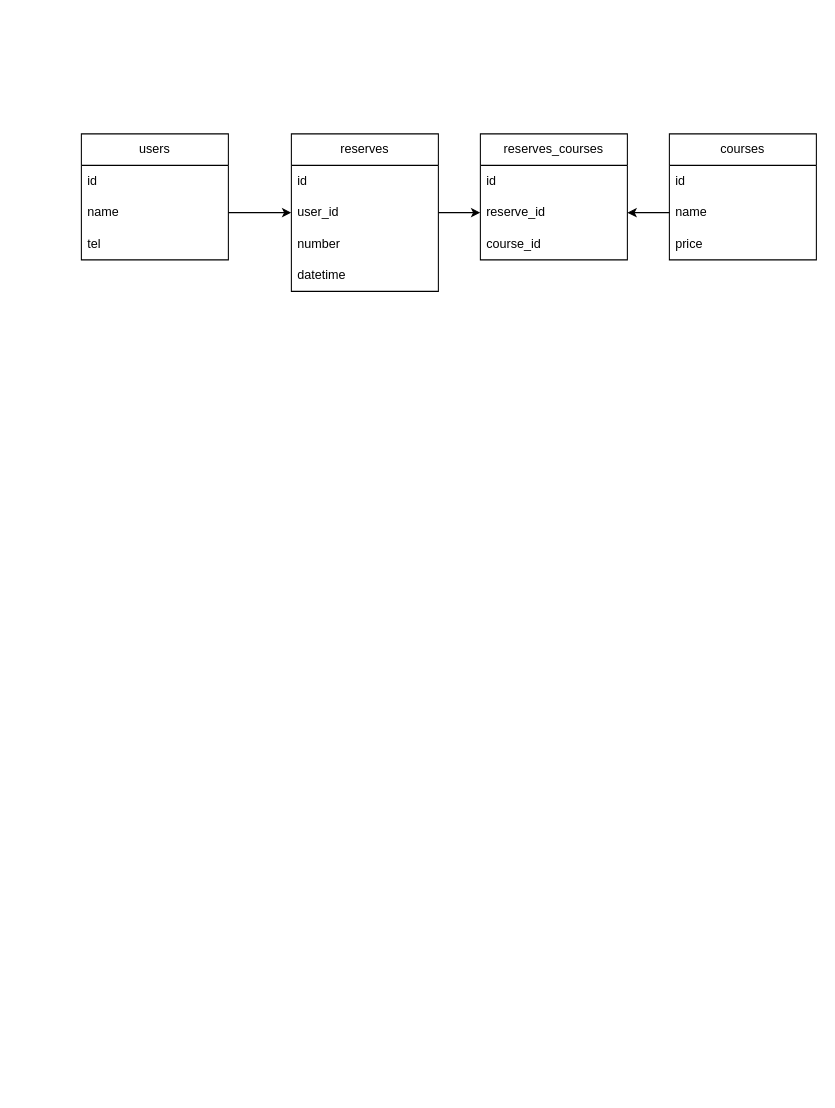
The draw.io diagram tables.drawio in suna963019/hotel_project, before the edit. Source tidied: cells renumbered, new cells numbered last; positions are measured from the earlier drawing's top-left corner, leaving out a move shared by most shapes. Both pictures are drawn from the tidied source at 105%, with x=0, y=0 at pixel (81, 133).
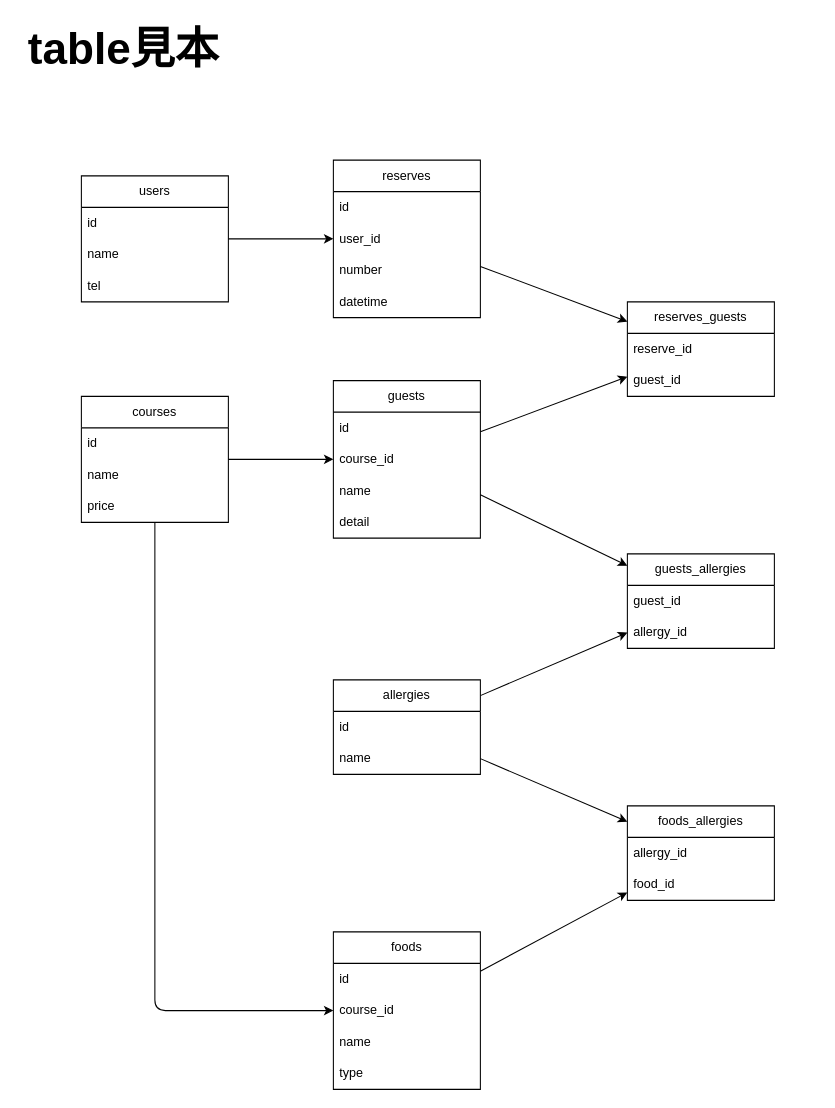
After the change.

Commit message (it also covers changes not shown here):
drawioのtableを増やしました。実装するかは不明です。

The change refers to these unchanged cells:
```xml
<mxCell id="4" value="name" style="text;strokeColor=none;fillColor=none;align=left;verticalAlign=middle;spacingLeft=4;spacingRight=4;overflow=hidden;points=[[0,0.5],[1,0.5]];portConstraint=eastwest;whiteSpace=wrap;html=1;" parent="2" vertex="1">
  <mxGeometry y="60" width="140" height="30" as="geometry" />
</mxCell>
<mxCell id="8" value="user_id" style="text;strokeColor=none;fillColor=none;align=left;verticalAlign=middle;spacingLeft=4;spacingRight=4;overflow=hidden;points=[[0,0.5],[1,0.5]];portConstraint=eastwest;whiteSpace=wrap;html=1;" parent="6" vertex="1">
  <mxGeometry y="60" width="140" height="30" as="geometry" />
</mxCell>
<mxCell id="13" value="name" style="text;strokeColor=none;fillColor=none;align=left;verticalAlign=middle;spacingLeft=4;spacingRight=4;overflow=hidden;points=[[0,0.5],[1,0.5]];portConstraint=eastwest;whiteSpace=wrap;html=1;" parent="11" vertex="1">
  <mxGeometry y="60" width="140" height="30" as="geometry" />
</mxCell>
```

Change to the diagram source:
```diff
@@
+    <mxCell id="22" style="edgeStyle=none;html=1;" parent="1" edge="1" source="2" target="6">
+      <mxGeometry relative="1" as="geometry" />
+    </mxCell>
     <mxCell id="2" value="users" style="swimlane;fontStyle=0;horizontal=1;startSize=30;whiteSpace=wrap;html=1;" parent="1" vertex="1">
-      <mxGeometry width="140" height="120" as="geometry" />
+      <mxGeometry y="40" width="140" height="120" as="geometry" />
     </mxCell>
@@
+    <mxCell id="23" style="edgeStyle=none;html=1;" parent="1" edge="1" source="6" target="15">
+      <mxGeometry relative="1" as="geometry" />
+    </mxCell>
     <mxCell id="6" value="reserves" style="swimlane;fontStyle=0;horizontal=1;startSize=30;whiteSpace=wrap;html=1;" parent="1" vertex="1">
-      <mxGeometry x="200" width="140" height="150" as="geometry" />
+      <mxGeometry x="240" y="25" width="140" height="150" as="geometry" />
     </mxCell>
@@
+    <mxCell id="24" style="edgeStyle=none;html=1;" parent="1" edge="1" source="11" target="28">
+      <mxGeometry relative="1" as="geometry" />
+    </mxCell>
+    <mxCell id="25" style="edgeStyle=none;html=1;fontSize=12;" parent="1" edge="1" source="11" target="42">
+      <mxGeometry relative="1" as="geometry">
+        <Array as="points">
+          <mxPoint x="70" y="835" />
+        </Array>
+      </mxGeometry>
+    </mxCell>
     <mxCell id="11" value="courses" style="swimlane;fontStyle=0;horizontal=1;startSize=30;whiteSpace=wrap;html=1;" parent="1" vertex="1">
-      <mxGeometry x="560" width="140" height="120" as="geometry" />
+      <mxGeometry y="250" width="140" height="120" as="geometry" />
     </mxCell>
@@
-    <mxCell id="15" value="reserves_courses" style="swimlane;fontStyle=0;horizontal=1;startSize=30;whiteSpace=wrap;html=1;" parent="1" vertex="1">
-      <mxGeometry x="380" width="140" height="120" as="geometry" />
+    <mxCell id="15" value="reserves_guests" style="swimlane;fontStyle=0;horizontal=1;startSize=30;whiteSpace=wrap;html=1;" parent="1" vertex="1">
+      <mxGeometry x="520" y="160" width="140" height="90" as="geometry" />
     </mxCell>
-    <mxCell id="16" value="id" style="text;strokeColor=none;fillColor=none;align=left;verticalAlign=middle;spacingLeft=4;spacingRight=4;overflow=hidden;whiteSpace=wrap;html=1;" parent="15" vertex="1">
-      <mxGeometry y="30" width="140" height="30" as="geometry" />
-    </mxCell>
     <mxCell id="17" value="reserve_id" style="text;strokeColor=none;fillColor=none;align=left;verticalAlign=middle;spacingLeft=4;spacingRight=4;overflow=hidden;points=[[0,0.5],[1,0.5]];portConstraint=eastwest;whiteSpace=wrap;html=1;" parent="15" vertex="1">
-      <mxGeometry y="60" width="140" height="30" as="geometry" />
+      <mxGeometry y="30" width="140" height="30" as="geometry" />
     </mxCell>
-    <mxCell id="18" value="course_id" style="text;strokeColor=none;fillColor=none;align=left;verticalAlign=middle;spacingLeft=4;spacingRight=4;overflow=hidden;whiteSpace=wrap;html=1;" parent="15" vertex="1">
-      <mxGeometry y="90" width="140" height="30" as="geometry" />
+    <mxCell id="18" value="guest_id" style="text;strokeColor=none;fillColor=none;align=left;verticalAlign=middle;spacingLeft=4;spacingRight=4;overflow=hidden;whiteSpace=wrap;html=1;" parent="15" vertex="1">
+      <mxGeometry y="60" width="140" height="30" as="geometry" />
     </mxCell>
-    <mxCell id="19" style="edgeStyle=none;html=1;exitX=1;exitY=0.5;exitDx=0;exitDy=0;entryX=0;entryY=0.5;entryDx=0;entryDy=0;" parent="1" edge="1" source="4" target="8">
-      <mxGeometry relative="1" as="geometry" />
-    </mxCell>
-    <mxCell id="20" style="edgeStyle=none;html=1;entryX=0;entryY=0.5;entryDx=0;entryDy=0;" parent="1" edge="1" source="8" target="17">
-      <mxGeometry relative="1" as="geometry" />
-    </mxCell>
-    <mxCell id="21" style="edgeStyle=none;html=1;" parent="1" edge="1" source="13" target="17">
-      <mxGeometry relative="1" as="geometry" />
-    </mxCell>
+    <mxCell id="26" style="edgeStyle=none;html=1;" parent="1" edge="1" source="28" target="15">
+      <mxGeometry relative="1" as="geometry" />
+    </mxCell>
+    <mxCell id="27" style="edgeStyle=none;html=1;fontSize=12;" parent="1" edge="1" source="28" target="33">
+      <mxGeometry relative="1" as="geometry" />
+    </mxCell>
+    <mxCell id="28" value="guests" style="swimlane;fontStyle=0;horizontal=1;startSize=30;whiteSpace=wrap;html=1;" parent="1" vertex="1">
+      <mxGeometry x="240" y="235" width="140" height="150" as="geometry" />
+    </mxCell>
+    <mxCell id="16" value="id" style="text;strokeColor=none;fillColor=none;align=left;verticalAlign=middle;spacingLeft=4;spacingRight=4;overflow=hidden;whiteSpace=wrap;html=1;" parent="28" vertex="1">
+      <mxGeometry y="30" width="140" height="30" as="geometry" />
+    </mxCell>
+    <mxCell id="29" value="course_id" style="text;strokeColor=none;fillColor=none;align=left;verticalAlign=middle;spacingLeft=4;spacingRight=4;overflow=hidden;whiteSpace=wrap;html=1;" parent="28" vertex="1">
+      <mxGeometry y="60" width="140" height="30" as="geometry" />
+    </mxCell>
+    <mxCell id="30" value="name" style="text;strokeColor=none;fillColor=none;align=left;verticalAlign=middle;spacingLeft=4;spacingRight=4;overflow=hidden;whiteSpace=wrap;html=1;" parent="28" vertex="1">
+      <mxGeometry y="90" width="140" height="30" as="geometry" />
+    </mxCell>
+    <mxCell id="31" value="detail" style="text;strokeColor=none;fillColor=none;align=left;verticalAlign=middle;spacingLeft=4;spacingRight=4;overflow=hidden;whiteSpace=wrap;html=1;" parent="28" vertex="1">
+      <mxGeometry y="120" width="140" height="30" as="geometry" />
+    </mxCell>
+    <mxCell id="32" value="table見本" style="text;strokeColor=none;fillColor=none;html=1;fontSize=42;fontStyle=1;verticalAlign=middle;align=center;" parent="1" vertex="1">
+      <mxGeometry x="-60" y="-110" width="200" height="60" as="geometry" />
+    </mxCell>
+    <mxCell id="33" value="guests_allergies" style="swimlane;fontStyle=0;horizontal=1;startSize=30;whiteSpace=wrap;html=1;fontSize=12;" parent="1" vertex="1">
+      <mxGeometry x="520" y="400" width="140" height="90" as="geometry" />
+    </mxCell>
+    <mxCell id="34" value="guest_id" style="text;strokeColor=none;fillColor=none;align=left;verticalAlign=middle;spacingLeft=4;spacingRight=4;overflow=hidden;whiteSpace=wrap;html=1;fontSize=12;" parent="33" vertex="1">
+      <mxGeometry y="30" width="140" height="30" as="geometry" />
+    </mxCell>
+    <mxCell id="35" value="allergy_id" style="text;strokeColor=none;fillColor=none;align=left;verticalAlign=middle;spacingLeft=4;spacingRight=4;overflow=hidden;whiteSpace=wrap;html=1;" parent="33" vertex="1">
+      <mxGeometry y="60" width="140" height="30" as="geometry" />
+    </mxCell>
+    <mxCell id="36" style="edgeStyle=none;html=1;fontSize=12;" parent="1" edge="1" source="38" target="33">
+      <mxGeometry relative="1" as="geometry" />
+    </mxCell>
+    <mxCell id="37" style="edgeStyle=none;html=1;fontSize=12;" parent="1" edge="1" source="38" target="47">
+      <mxGeometry relative="1" as="geometry" />
+    </mxCell>
+    <mxCell id="38" value="allergies" style="swimlane;fontStyle=0;horizontal=1;startSize=30;whiteSpace=wrap;html=1;fontSize=12;" parent="1" vertex="1">
+      <mxGeometry x="240" y="520" width="140" height="90" as="geometry" />
+    </mxCell>
+    <mxCell id="39" value="id" style="text;strokeColor=none;fillColor=none;align=left;verticalAlign=middle;spacingLeft=4;spacingRight=4;overflow=hidden;whiteSpace=wrap;html=1;fontSize=12;" parent="38" vertex="1">
+      <mxGeometry y="30" width="140" height="30" as="geometry" />
+    </mxCell>
+    <mxCell id="40" value="name" style="text;strokeColor=none;fillColor=none;align=left;verticalAlign=middle;spacingLeft=4;spacingRight=4;overflow=hidden;whiteSpace=wrap;html=1;fontSize=12;" parent="38" vertex="1">
+      <mxGeometry y="60" width="140" height="30" as="geometry" />
+    </mxCell>
+    <mxCell id="41" style="edgeStyle=none;html=1;fontSize=12;" parent="1" edge="1" source="42" target="47">
+      <mxGeometry relative="1" as="geometry" />
+    </mxCell>
+    <mxCell id="42" value="foods" style="swimlane;fontStyle=0;horizontal=1;startSize=30;whiteSpace=wrap;html=1;fontSize=12;" parent="1" vertex="1">
+      <mxGeometry x="240" y="760" width="140" height="150" as="geometry" />
+    </mxCell>
+    <mxCell id="43" value="id" style="text;strokeColor=none;fillColor=none;align=left;verticalAlign=middle;spacingLeft=4;spacingRight=4;overflow=hidden;whiteSpace=wrap;html=1;fontSize=12;" parent="42" vertex="1">
+      <mxGeometry y="30" width="140" height="30" as="geometry" />
+    </mxCell>
+    <mxCell id="44" value="course_id" style="text;strokeColor=none;fillColor=none;align=left;verticalAlign=middle;spacingLeft=4;spacingRight=4;overflow=hidden;whiteSpace=wrap;html=1;fontSize=12;" parent="42" vertex="1">
+      <mxGeometry y="60" width="140" height="30" as="geometry" />
+    </mxCell>
+    <mxCell id="45" value="name" style="text;strokeColor=none;fillColor=none;align=left;verticalAlign=middle;spacingLeft=4;spacingRight=4;overflow=hidden;whiteSpace=wrap;html=1;fontSize=12;" parent="42" vertex="1">
+      <mxGeometry y="90" width="140" height="30" as="geometry" />
+    </mxCell>
+    <mxCell id="46" value="type" style="text;strokeColor=none;fillColor=none;align=left;verticalAlign=middle;spacingLeft=4;spacingRight=4;overflow=hidden;whiteSpace=wrap;html=1;fontSize=12;" parent="42" vertex="1">
+      <mxGeometry y="120" width="140" height="30" as="geometry" />
+    </mxCell>
+    <mxCell id="47" value="foods_allergies" style="swimlane;fontStyle=0;horizontal=1;startSize=30;whiteSpace=wrap;html=1;fontSize=12;" parent="1" vertex="1">
+      <mxGeometry x="520" y="640" width="140" height="90" as="geometry" />
+    </mxCell>
+    <mxCell id="48" value="allergy_id" style="text;strokeColor=none;fillColor=none;align=left;verticalAlign=middle;spacingLeft=4;spacingRight=4;overflow=hidden;whiteSpace=wrap;html=1;fontSize=12;" parent="47" vertex="1">
+      <mxGeometry y="30" width="140" height="30" as="geometry" />
+    </mxCell>
+    <mxCell id="49" value="food_id" style="text;strokeColor=none;fillColor=none;align=left;verticalAlign=middle;spacingLeft=4;spacingRight=4;overflow=hidden;whiteSpace=wrap;html=1;fontSize=12;" parent="47" vertex="1">
+      <mxGeometry y="60" width="140" height="30" as="geometry" />
+    </mxCell>
```
